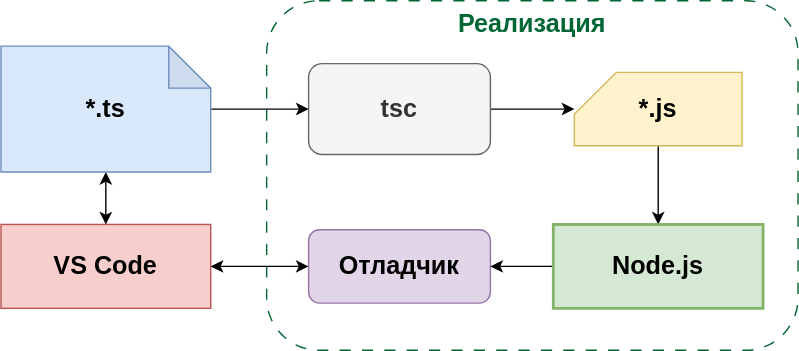
Before: images/implementation_ts.svg, a diagram exported from draw.io (alfertev2014/secon2025). Source tidied: cells renumbered, new cells last; positions are measured from the earlier drawing's top-left corner, leaving out a move shared by most shapes. Source of this version:
```xml
<mxGraphModel>
  <root>
    <mxCell id="0" />
    <mxCell id="1" parent="0" />
    <mxCell id="2" value="Реализация" style="rounded=1;whiteSpace=wrap;html=1;horizontal=1;verticalAlign=top;fontSize=18;fontStyle=1;fontColor=#006633;dashed=1;dashPattern=8 8;strokeColor=#006633;" parent="1" vertex="1">
      <mxGeometry x="190" width="380" height="250" as="geometry" />
    </mxCell>
    <mxCell id="3" value="VS Code" style="rounded=0;whiteSpace=wrap;html=1;fontSize=18;fontStyle=1;fillColor=#f8cecc;strokeColor=#b85450;" parent="1" vertex="1">
      <mxGeometry y="160" width="150" height="60" as="geometry" />
    </mxCell>
    <mxCell id="4" style="endArrow=classic;startArrow=classic;html=1;entryX=0.5;entryY=1;entryDx=0;entryDy=0;exitX=0.5;exitY=0;exitDx=0;exitDy=0;entryPerimeter=0;" parent="1" edge="1" source="3" target="8">
      <mxGeometry relative="1" as="geometry" />
    </mxCell>
    <mxCell id="5" style="edgeStyle=none;html=1;" parent="1" edge="1" source="6" target="10">
      <mxGeometry relative="1" as="geometry" />
    </mxCell>
    <mxCell id="6" value="tsc" style="rounded=1;whiteSpace=wrap;html=1;fontSize=18;fontStyle=1;fillColor=#f5f5f5;fontColor=#333333;strokeColor=#666666;" parent="1" vertex="1">
      <mxGeometry x="220" y="45" width="130" height="65" as="geometry" />
    </mxCell>
    <mxCell id="7" style="edgeStyle=none;html=1;" parent="1" edge="1" source="8" target="6">
      <mxGeometry relative="1" as="geometry" />
    </mxCell>
    <mxCell id="8" value="*.ts" style="shape=note;whiteSpace=wrap;html=1;backgroundOutline=1;darkOpacity=0.05;fillColor=#dae8fc;strokeColor=#6c8ebf;fontSize=18;fontStyle=1;" parent="1" vertex="1">
      <mxGeometry y="32.5" width="150" height="90" as="geometry" />
    </mxCell>
    <mxCell id="9" style="edgeStyle=none;html=1;" parent="1" edge="1" source="10" target="13">
      <mxGeometry relative="1" as="geometry" />
    </mxCell>
    <mxCell id="10" value="*.js" style="shape=card;whiteSpace=wrap;html=1;fontSize=18;fontStyle=1;fillColor=#fff2cc;strokeColor=#d6b656;" parent="1" vertex="1">
      <mxGeometry x="410" y="51.2" width="120" height="52.5" as="geometry" />
    </mxCell>
    <mxCell id="11" value="Отладчик" style="rounded=1;whiteSpace=wrap;html=1;fontSize=18;fontStyle=1;fillColor=#e1d5e7;strokeColor=#9673a6;" parent="1" vertex="1">
      <mxGeometry x="220" y="163.8" width="130" height="52.5" as="geometry" />
    </mxCell>
    <mxCell id="12" style="edgeStyle=none;html=1;" parent="1" edge="1" source="13" target="11">
      <mxGeometry relative="1" as="geometry" />
    </mxCell>
    <mxCell id="13" value="Node.js" style="rounded=0;whiteSpace=wrap;html=1;fontSize=18;fontStyle=1;fillColor=#d5e8d4;strokeColor=#82b366;strokeWidth=2;glass=0;shadow=0;" parent="1" vertex="1">
      <mxGeometry x="395" y="160" width="150" height="60" as="geometry" />
    </mxCell>
    <mxCell id="14" style="endArrow=classic;startArrow=classic;html=1;exitX=1;exitY=0.5;exitDx=0;exitDy=0;entryX=0;entryY=0.5;entryDx=0;entryDy=0;" parent="1" edge="1" source="3" target="11">
      <mxGeometry relative="1" as="geometry" />
    </mxCell>
  </root>
</mxGraphModel>
```
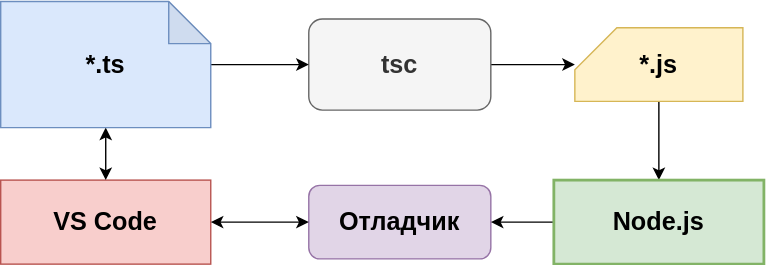
The same diagram one commit later.

Diff of the diagram source:
```diff
@@ -2,9 +2,6 @@
   <root>
     <mxCell id="0" />
     <mxCell id="1" parent="0" />
-    <mxCell id="2" value="Реализация" style="rounded=1;whiteSpace=wrap;html=1;horizontal=1;verticalAlign=top;fontSize=18;fontStyle=1;fontColor=#006633;dashed=1;dashPattern=8 8;strokeColor=#006633;" parent="1" vertex="1">
-      <mxGeometry x="190" width="380" height="250" as="geometry" />
-    </mxCell>
     <mxCell id="3" value="VS Code" style="rounded=0;whiteSpace=wrap;html=1;fontSize=18;fontStyle=1;fillColor=#f8cecc;strokeColor=#b85450;" parent="1" vertex="1">
       <mxGeometry y="160" width="150" height="60" as="geometry" />
     </mxCell>
```
